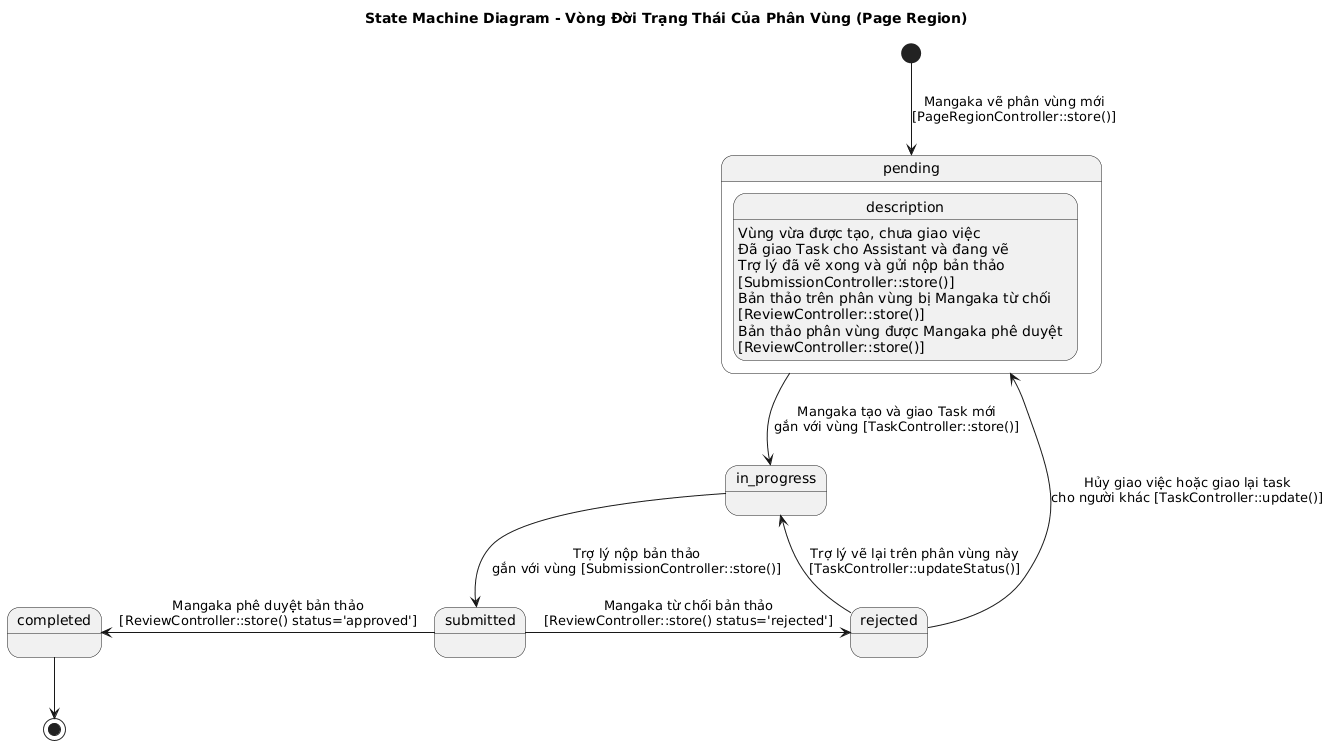
Above: assets/diagrams/Chapter3_IMAGE/State_Machine_Page_Region.png in trongtan0079/manga-workflow-report (PlantUML), before the change.
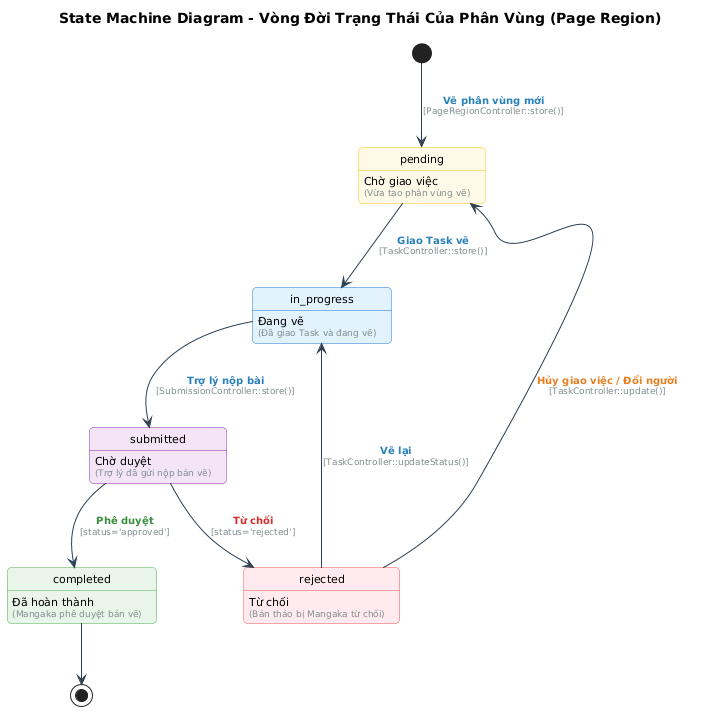
After the change.

Change to the diagram source:
```diff
@@ -3,38 +3,50 @@
 
 skinparam backgroundColor white
 skinparam shadowing false
+skinparam roundcorner 8
+skinparam defaultFontName "Segoe UI"
+skinparam defaultFontSize 11
 
-[*] --> pending : Mangaka vẽ phân vùng mới\n[PageRegionController::store()]
+skinparam state {
+    BackgroundColor<<pending>> #FFF9E6
+    BorderColor<<pending>> #F1C40F
 
-state pending {
-    description : Vùng vừa được tạo, chưa giao việc
+    BackgroundColor<<in_progress>> #E3F2FD
+    BorderColor<<in_progress>> #1976D2
+
+    BackgroundColor<<submitted>> #F3E5F5
+    BorderColor<<submitted>> #8E24AA
+
+    BackgroundColor<<rejected>> #FFEBEE
+    BorderColor<<rejected>> #EF5350
+
+    BackgroundColor<<completed>> #E8F5E9
+    BorderColor<<completed>> #4CAF50
 }
 
-state in_progress {
-    description : Đã giao Task cho Assistant và đang vẽ
-}
+skinparam ArrowColor #2C3E50
+skinparam ArrowFontColor #2C3E50
+skinparam ArrowFontSize 10
 
-state submitted {
-    description : Trợ lý đã vẽ xong và gửi nộp bản thảo\n[SubmissionController::store()]
-}
+state pending <<pending>> : Chờ giao việc\n<size:9><color:#7F8C8D>(Vừa tạo phân vùng vẽ)</color></size>
+state in_progress <<in_progress>> : Đang vẽ\n<size:9><color:#7F8C8D>(Đã giao Task và đang vẽ)</color></size>
+state submitted <<submitted>> : Chờ duyệt\n<size:9><color:#7F8C8D>(Trợ lý đã gửi nộp bản vẽ)</color></size>
+state rejected <<rejected>> : Từ chối\n<size:9><color:#7F8C8D>(Bản thảo bị Mangaka từ chối)</color></size>
+state completed <<completed>> : Đã hoàn thành\n<size:9><color:#7F8C8D>(Mangaka phê duyệt bản vẽ)</color></size>
 
-state rejected {
-    description : Bản thảo trên phân vùng bị Mangaka từ chối\n[ReviewController::store()]
-}
+[*] --> pending : <color:#2980B9><b>Vẽ phân vùng mới</b></color>\n<size:9><color:#7F8C8D>[PageRegionController::store()]</color></size>
 
-state completed {
-    description : Bản thảo phân vùng được Mangaka phê duyệt\n[ReviewController::store()]
-}
+pending --> in_progress : <color:#2980B9><b>Giao Task vẽ</b></color>\n<size:9><color:#7F8C8D>[TaskController::store()]</color></size>
 
-pending -down-> in_progress : Mangaka tạo và giao Task mới\ngắn với vùng [TaskController::store()]
+in_progress --> submitted : <color:#2980B9><b>Trợ lý nộp bài</b></color>\n<size:9><color:#7F8C8D>[SubmissionController::store()]</color></size>
 
-in_progress -down-> submitted : Trợ lý nộp bản thảo\ngắn với vùng [SubmissionController::store()]
+submitted --> completed : <color:#388E3C><b>Phê duyệt</b></color>\n<size:9><color:#7F8C8D>[status='approved']</color></size>
 
-submitted -left-> completed : Mangaka phê duyệt bản thảo\n[ReviewController::store() status='approved']
-submitted -right-> rejected : Mangaka từ chối bản thảo\n[ReviewController::store() status='rejected']
+submitted --> rejected : <color:#D32F2F><b>Từ chối</b></color>\n<size:9><color:#7F8C8D>[status='rejected']</color></size>
 
-rejected -up-> in_progress : Trợ lý vẽ lại trên phân vùng này\n[TaskController::updateStatus()]
-rejected -up-> pending : Hủy giao việc hoặc giao lại task\ncho người khác [TaskController::update()]
+rejected --> in_progress : <color:#2980B9><b>Vẽ lại</b></color>\n<size:9><color:#7F8C8D>[TaskController::updateStatus()]</color></size>
 
-completed -down-> [*]
+rejected --> pending : <color:#E67E22><b>Hủy giao việc / Đổi người</b></color>\n<size:9><color:#7F8C8D>[TaskController::update()]</color></size>
+
+completed --> [*]
 @enduml
```
